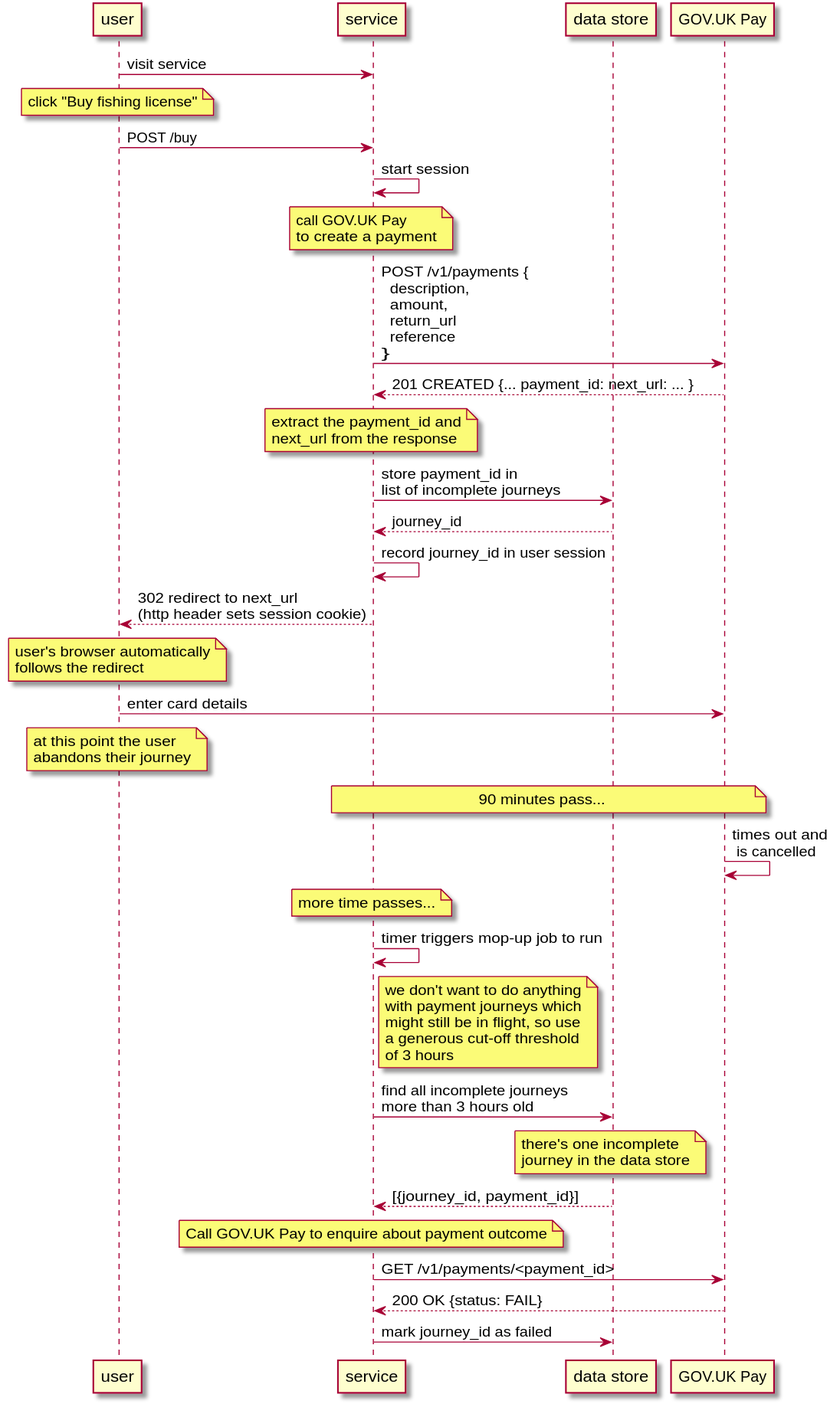
The PlantUML diagram source/images/incomplete-payment-journey-sequence.svg in alphagov/pay-tech-docs, before a commit. Its diagram source:
```plantuml
@startuml
participant user
participant "service"
participant "data store" as db
participant "GOV.UK Pay" as pay

user->service: visit service
note over user: click "Buy fishing license"
user->service: POST /buy
service->service: start session
note over service: call GOV.UK Pay\nto create a payment
service -> pay: POST /v1/payments {\n  description,\n  amount,\n  return_url\n  reference\n}
pay --> service: 201 CREATED {... payment_id: next_url: ... }
note over service: extract the payment_id and\nnext_url from the response
service->db: store payment_id in\nlist of incomplete journeys
db-->service: journey_id
service->service: record journey_id in user session
service-->user: 302 redirect to next_url\n(http header sets session cookie)
note over user: user's browser automatically\nfollows the redirect
user->pay: enter card details
note over user: at this point the user\nabandons their journey
note over service,pay: 90 minutes pass...
pay->pay: times out and\n is cancelled
note over service: more time passes...
service->service: timer triggers mop-up job to run
note right of service: we don't want to do anything\nwith payment journeys which\nmight still be in flight, so use\na generous cut-off threshold\nof 3 hours
service->db: find all incomplete journeys\nmore than 3 hours old
note over db: there's one incomplete\njourney in the data store
db-->service: [{journey_id, payment_id}]
note over service: Call GOV.UK Pay to enquire about payment outcome
service->pay: GET /v1/payments/<payment_id>
pay-->service: 200 OK {status: FAIL}
service->db: mark journey_id as failed
@enduml
```
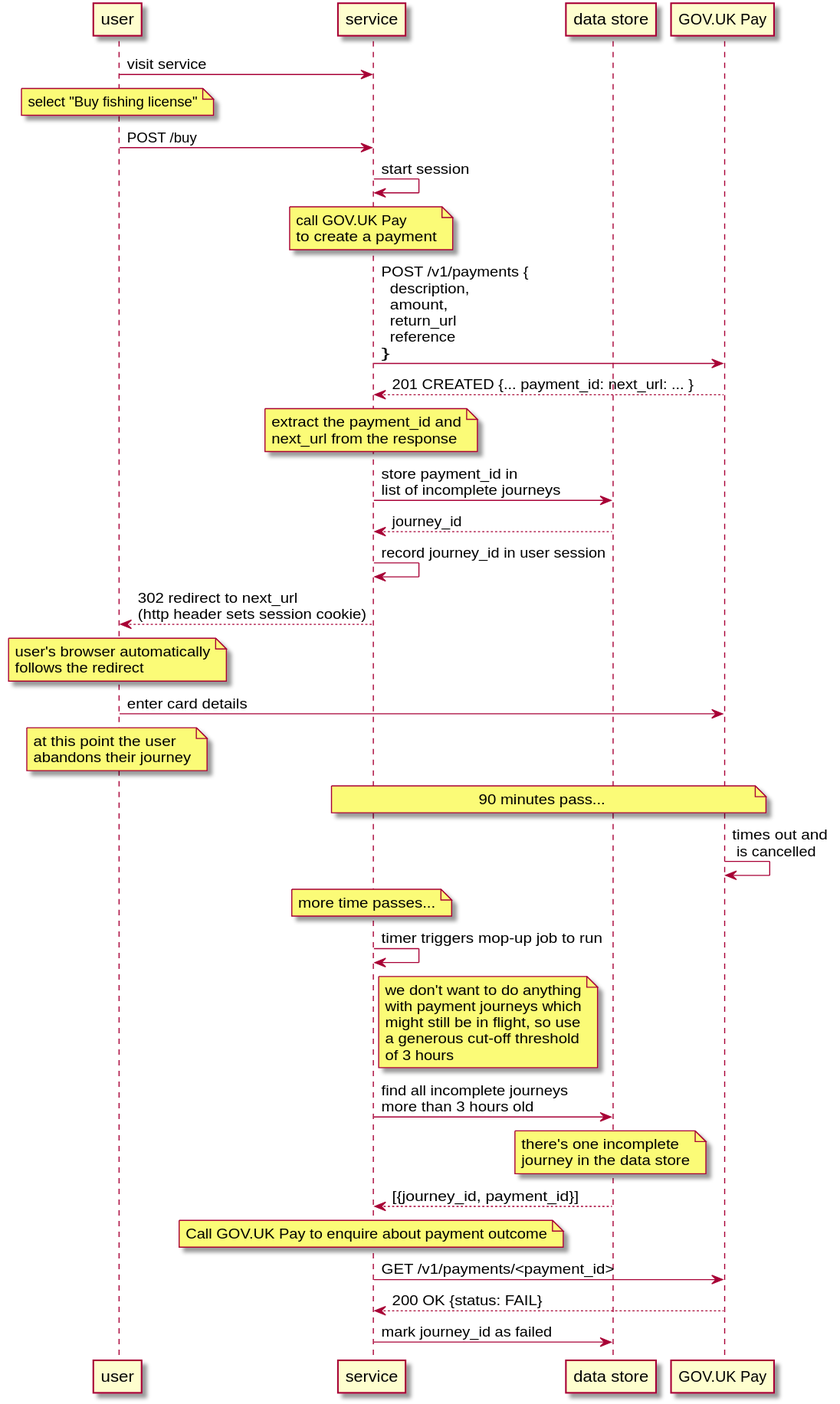
After the change.

What changed in the source:
```diff
@@ -5,7 +5,7 @@
 participant "GOV.UK Pay" as pay
 
 user->service: visit service
-note over user: click "Buy fishing license"
+note over user: select "Buy fishing license"
 user->service: POST /buy
 service->service: start session
 note over service: call GOV.UK Pay\nto create a payment
```
